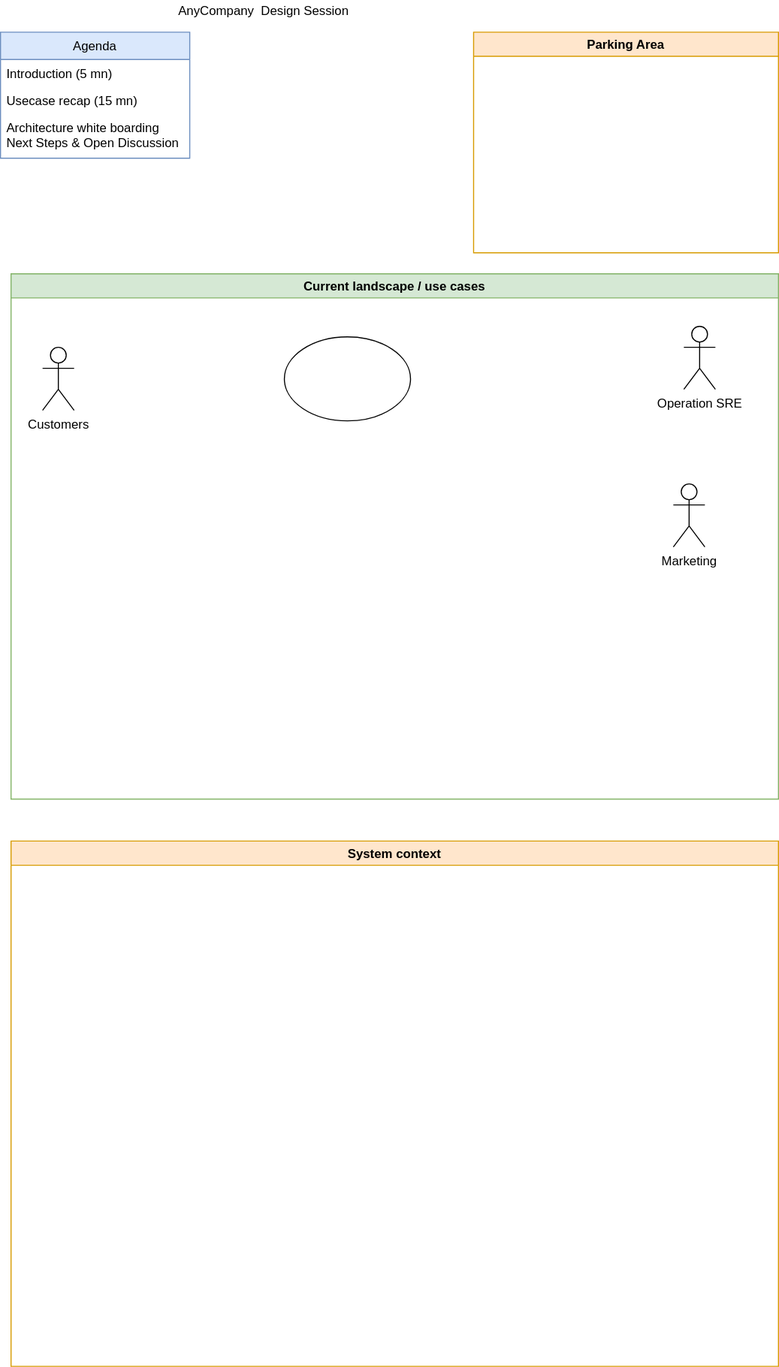
jbcodeforce/aws-studies keeps this draw.io diagram as docs/templ/diagrams/architecture.drawio.svg. Above is the earlier version. Source tidied: cells renumbered, new cells last; positions are measured from the earlier drawing's top-left corner, leaving out a move shared by most shapes. Source of this version:
```xml
<mxGraphModel>
  <root>
    <mxCell id="0" />
    <mxCell id="1" parent="0" />
    <mxCell id="2" value="Agenda" style="swimlane;fontStyle=0;horizontal=1;startSize=26;fillColor=#dae8fc;strokeColor=#6c8ebf;" parent="1" vertex="1">
      <mxGeometry y="30" width="180" height="120" as="geometry" />
    </mxCell>
    <mxCell id="3" value="Introduction (5 mn)" style="text;strokeColor=none;fillColor=none;align=left;verticalAlign=top;spacingLeft=4;spacingRight=4;overflow=hidden;" parent="2" vertex="1">
      <mxGeometry y="26" width="180" height="26" as="geometry" />
    </mxCell>
    <mxCell id="4" value="Usecase recap (15 mn)" style="text;strokeColor=none;fillColor=none;align=left;verticalAlign=top;spacingLeft=4;spacingRight=4;overflow=hidden;" parent="2" vertex="1">
      <mxGeometry y="52" width="180" height="26" as="geometry" />
    </mxCell>
    <mxCell id="5" value="Architecture white boarding&#10;Next Steps &amp; Open Discussion&#10;" style="text;strokeColor=none;fillColor=none;align=left;verticalAlign=top;spacingLeft=4;spacingRight=4;overflow=hidden;" parent="2" vertex="1">
      <mxGeometry y="78" width="180" height="42" as="geometry" />
    </mxCell>
    <mxCell id="6" value="Parking Area" style="swimlane;fillColor=#ffe6cc;strokeColor=#d79b00;startSize=23;" parent="1" vertex="1">
      <mxGeometry x="450" y="30" width="290" height="210" as="geometry" />
    </mxCell>
    <mxCell id="7" value="AnyCompany&amp;nbsp; Design Session" style="text;html=1;align=center;verticalAlign=middle;strokeColor=none;fillColor=none;" parent="1" vertex="1">
      <mxGeometry x="160" width="180" height="20" as="geometry" />
    </mxCell>
    <mxCell id="8" value="Current landscape / use cases" style="swimlane;fillColor=#d5e8d4;strokeColor=#82b366;" parent="1" vertex="1">
      <mxGeometry x="10" y="260" width="730" height="500" as="geometry" />
    </mxCell>
    <mxCell id="9" value="Operation SRE" style="shape=umlActor;verticalLabelPosition=bottom;verticalAlign=top;html=1;" parent="8" vertex="1">
      <mxGeometry x="640" y="50" width="30" height="60" as="geometry" />
    </mxCell>
    <mxCell id="10" value="Marketing" style="shape=umlActor;verticalLabelPosition=bottom;verticalAlign=top;html=1;" parent="8" vertex="1">
      <mxGeometry x="630" y="200" width="30" height="60" as="geometry" />
    </mxCell>
    <mxCell id="11" value="Customers" style="shape=umlActor;verticalLabelPosition=bottom;verticalAlign=top;html=1;" parent="8" vertex="1">
      <mxGeometry x="30" y="70" width="30" height="60" as="geometry" />
    </mxCell>
    <mxCell id="12" style="ellipse;whiteSpace=wrap;html=1;" parent="8" vertex="1">
      <mxGeometry x="260" y="60" width="120" height="80" as="geometry" />
    </mxCell>
    <mxCell id="13" value="System context" style="swimlane;fillColor=#ffe6cc;strokeColor=#d79b00;" parent="1" vertex="1">
      <mxGeometry x="10" y="800" width="730" height="500" as="geometry" />
    </mxCell>
  </root>
</mxGraphModel>
```
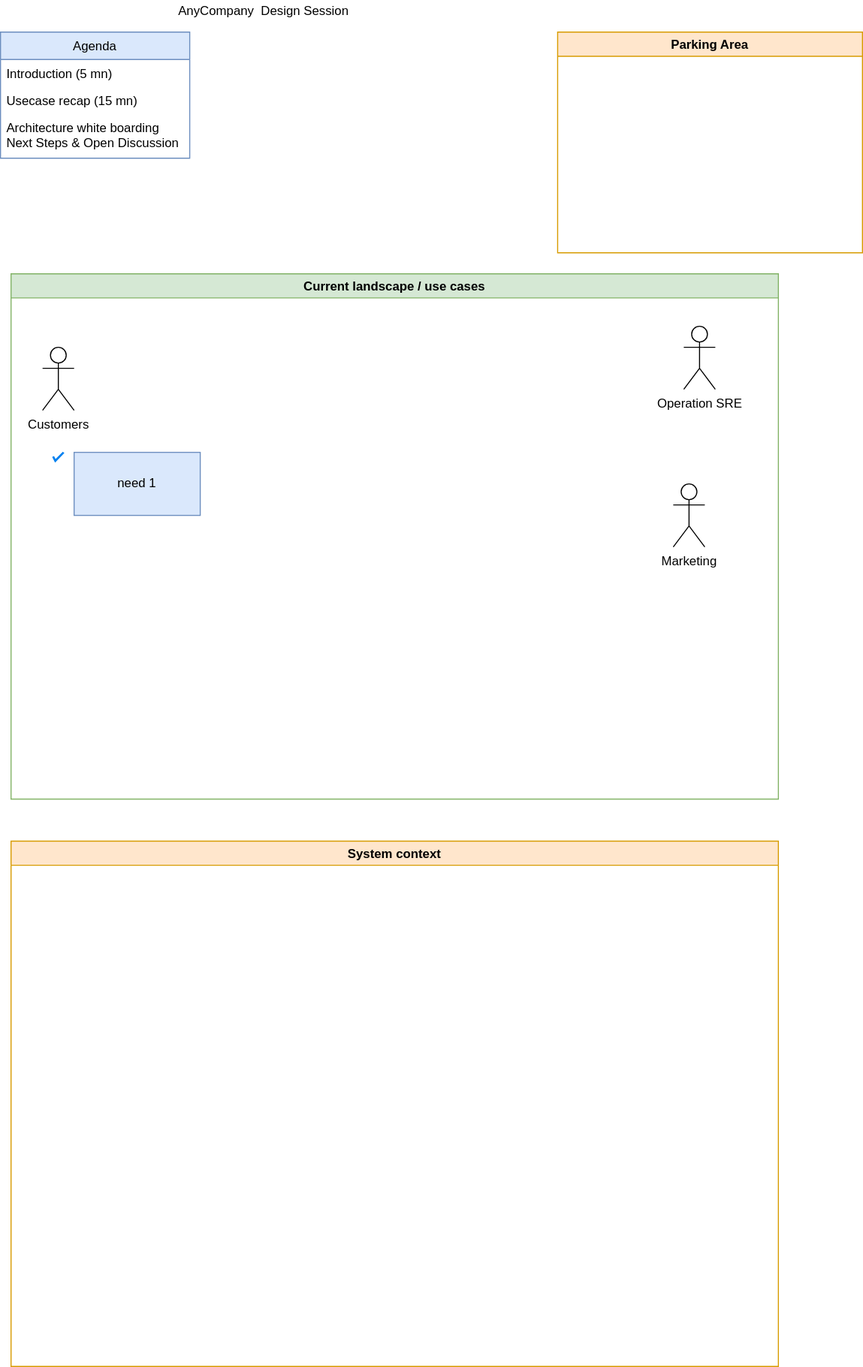
Later version of the same file.

Diff of the diagram source:
```diff
@@ -15,7 +15,7 @@
       <mxGeometry y="78" width="180" height="42" as="geometry" />
     </mxCell>
     <mxCell id="6" value="Parking Area" style="swimlane;fillColor=#ffe6cc;strokeColor=#d79b00;startSize=23;" parent="1" vertex="1">
-      <mxGeometry x="450" y="30" width="290" height="210" as="geometry" />
+      <mxGeometry x="530" y="30" width="290" height="210" as="geometry" />
     </mxCell>
     <mxCell id="7" value="AnyCompany&amp;nbsp; Design Session" style="text;html=1;align=center;verticalAlign=middle;strokeColor=none;fillColor=none;" parent="1" vertex="1">
       <mxGeometry x="160" width="180" height="20" as="geometry" />
@@ -32,9 +32,12 @@
     <mxCell id="11" value="Customers" style="shape=umlActor;verticalLabelPosition=bottom;verticalAlign=top;html=1;" parent="8" vertex="1">
       <mxGeometry x="30" y="70" width="30" height="60" as="geometry" />
     </mxCell>
-    <mxCell id="12" style="ellipse;whiteSpace=wrap;html=1;" parent="8" vertex="1">
-      <mxGeometry x="260" y="60" width="120" height="80" as="geometry" />
-    </mxCell>
+    <mxCell id="14" value="need 1" style="whiteSpace=wrap;html=1;fillColor=#dae8fc;strokeColor=#6c8ebf;" parent="8" vertex="1">
+      <mxGeometry x="60" y="170" width="120" height="60" as="geometry" />
+    </mxCell>
+    <mxCell id="15" style="html=1;verticalLabelPosition=bottom;labelBackgroundColor=#ffffff;verticalAlign=top;shadow=0;dashed=0;strokeWidth=2;shape=mxgraph.ios7.misc.check;strokeColor=#0080f0;" parent="8" vertex="1">
+      <mxGeometry x="40" y="170" width="10" height="8" as="geometry" />
+    </mxCell>
     <mxCell id="13" value="System context" style="swimlane;fillColor=#ffe6cc;strokeColor=#d79b00;" parent="1" vertex="1">
       <mxGeometry x="10" y="800" width="730" height="500" as="geometry" />
     </mxCell>
```
